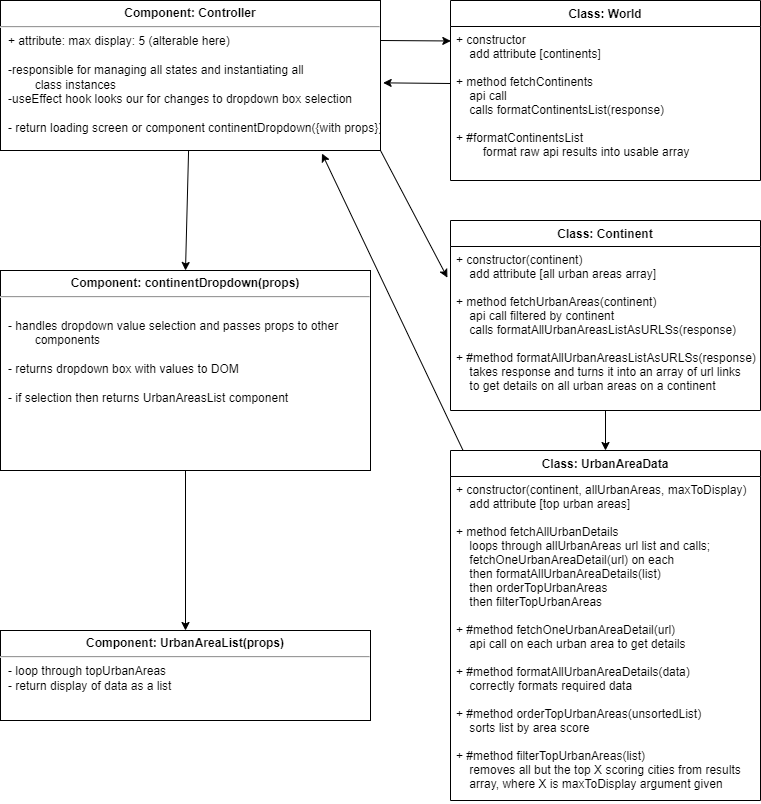
Before: AppDesign.drawio.png, a diagram exported from draw.io (robin277t/teleport-ranking). Source tidied: cells renumbered, new cells last; positions are measured from the earlier drawing's top-left corner, leaving out a move shared by most shapes. Its diagram source:
```xml
<mxGraphModel>
  <root>
    <mxCell id="0" />
    <mxCell id="1" parent="0" />
    <mxCell id="2" style="edgeStyle=none;html=1;entryX=0.5;entryY=0;entryDx=0;entryDy=0;" parent="1" edge="1" source="5" target="13">
      <mxGeometry relative="1" as="geometry" />
    </mxCell>
    <mxCell id="3" style="edgeStyle=none;html=1;entryX=0.001;entryY=0.094;entryDx=0;entryDy=0;entryPerimeter=0;" parent="1" edge="1" target="15">
      <mxGeometry relative="1" as="geometry">
        <mxPoint x="380" y="40" as="sourcePoint" />
      </mxGeometry>
    </mxCell>
    <mxCell id="4" style="edgeStyle=none;html=1;entryX=-0.01;entryY=0.19;entryDx=0;entryDy=0;entryPerimeter=0;exitX=1;exitY=1;exitDx=0;exitDy=0;" parent="1" edge="1" source="5" target="8">
      <mxGeometry relative="1" as="geometry" />
    </mxCell>
    <mxCell id="5" value="&lt;p style=&quot;margin:0px;margin-top:6px;text-align:center;&quot;&gt;&lt;b&gt;Component: Controller&lt;/b&gt;&lt;/p&gt;&lt;hr&gt;&lt;p style=&quot;margin:0px;margin-left:8px;&quot;&gt;+ attribute: max display: 5 (alterable here)&lt;/p&gt;&lt;p style=&quot;margin:0px;margin-left:8px;&quot;&gt;&lt;br&gt;&lt;/p&gt;&lt;p style=&quot;margin:0px;margin-left:8px;&quot;&gt;-responsible for managing all states and instantiating all&lt;/p&gt;&lt;p style=&quot;margin:0px;margin-left:8px;&quot;&gt;&lt;span style=&quot;white-space: pre;&quot;&gt;&#9;&lt;/span&gt;class instances&lt;br&gt;&lt;/p&gt;&lt;p style=&quot;margin:0px;margin-left:8px;&quot;&gt;-useEffect hook looks our for changes to dropdown box selection&lt;/p&gt;&lt;p style=&quot;margin:0px;margin-left:8px;&quot;&gt;&lt;br&gt;&lt;/p&gt;&lt;p style=&quot;margin:0px;margin-left:8px;&quot;&gt;&lt;span style=&quot;background-color: initial;&quot;&gt;- return loading screen or component continentDropdown(&lt;/span&gt;&lt;span style=&quot;background-color: initial;&quot;&gt;{with props})&amp;nbsp;&lt;/span&gt;&lt;/p&gt;" style="align=left;overflow=fill;html=1;" parent="1" vertex="1">
      <mxGeometry width="380" height="150" as="geometry" />
    </mxCell>
    <mxCell id="6" style="edgeStyle=none;html=1;" parent="1" edge="1" source="7" target="10">
      <mxGeometry relative="1" as="geometry" />
    </mxCell>
    <mxCell id="7" value="Class: Continent" style="swimlane;fontStyle=1;align=center;verticalAlign=top;horizontal=1;startSize=26;fillColor=#FFFFFF;" parent="1" vertex="1">
      <mxGeometry x="450" y="220" width="310" height="190" as="geometry" />
    </mxCell>
    <mxCell id="8" value="+ constructor(continent)&#10;    add attribute [all urban areas array]&#10;&#10;+ method fetchUrbanAreas(continent)&#10;    api call filtered by continent&#10;    calls formatAllUrbanAreasListAsURLSs(response)&#10;&#10;+ #method formatAllUrbanAreasListAsURLSs(response)&#10;    takes response and turns it into an array of url links&#10;    to get details on all urban areas on a continent&#10;" style="text;strokeColor=none;fillColor=none;align=left;verticalAlign=top;spacingLeft=4;spacingRight=4;overflow=hidden;points=[[0,0.5],[1,0.5]];portConstraint=eastwest;" parent="7" vertex="1">
      <mxGeometry y="26" width="310" height="164" as="geometry" />
    </mxCell>
    <mxCell id="9" style="edgeStyle=none;html=1;entryX=0.846;entryY=1.02;entryDx=0;entryDy=0;entryPerimeter=0;exitX=0.04;exitY=-0.001;exitDx=0;exitDy=0;exitPerimeter=0;" parent="1" edge="1" source="10" target="5">
      <mxGeometry relative="1" as="geometry" />
    </mxCell>
    <mxCell id="10" value="Class: UrbanAreaData" style="swimlane;fontStyle=1;align=center;verticalAlign=top;horizontal=1;startSize=26;fillColor=#FFFFFF;" parent="1" vertex="1">
      <mxGeometry x="450" y="450" width="310" height="350" as="geometry" />
    </mxCell>
    <mxCell id="11" value="+ constructor(continent, allUrbanAreas, maxToDisplay)&#10;    add attribute [top urban areas]&#10;&#10;+ method fetchAllUrbanDetails&#10;    loops through allUrbanAreas url list and calls; &#10;    fetchOneUrbanAreaDetail(url) on each&#10;    then formatAllUrbanAreaDetails(list)&#10;    then orderTopUrbanAreas&#10;    then filterTopUrbanAreas&#10;&#10;+ #method fetchOneUrbanAreaDetail(url)&#10;    api call on each urban area to get details&#10;&#10;+ #method formatAllUrbanAreaDetails(data)&#10;    correctly formats required data&#10;&#10;+ #method orderTopUrbanAreas(unsortedList)&#10;    sorts list by area score&#10;&#10;+ #method filterTopUrbanAreas(list)&#10;    removes all but the top X scoring cities from results&#10;    array, where X is maxToDisplay argument given" style="text;strokeColor=none;fillColor=none;align=left;verticalAlign=top;spacingLeft=4;spacingRight=4;overflow=hidden;points=[[0,0.5],[1,0.5]];portConstraint=eastwest;" parent="10" vertex="1">
      <mxGeometry y="26" width="310" height="324" as="geometry" />
    </mxCell>
    <mxCell id="12" style="edgeStyle=none;html=1;entryX=0.5;entryY=0;entryDx=0;entryDy=0;" parent="1" edge="1" source="13" target="17">
      <mxGeometry relative="1" as="geometry" />
    </mxCell>
    <mxCell id="13" value="&lt;p style=&quot;margin:0px;margin-top:6px;text-align:center;&quot;&gt;&lt;b&gt;Component: continentDropdown(props)&lt;/b&gt;&lt;/p&gt;&lt;hr&gt;&lt;p style=&quot;margin:0px;margin-left:8px;&quot;&gt;&lt;br&gt;&lt;/p&gt;&lt;p style=&quot;margin:0px;margin-left:8px;&quot;&gt;- handles dropdown value selection and passes props to other&lt;/p&gt;&lt;p style=&quot;margin:0px;margin-left:8px;&quot;&gt;&lt;span style=&quot;white-space: pre;&quot;&gt;&#9;&lt;/span&gt;components&lt;br&gt;&lt;/p&gt;&lt;p style=&quot;margin:0px;margin-left:8px;&quot;&gt;&lt;br&gt;&lt;/p&gt;&lt;p style=&quot;margin:0px;margin-left:8px;&quot;&gt;- returns dropdown box with values to DOM&lt;/p&gt;&lt;p style=&quot;margin:0px;margin-left:8px;&quot;&gt;&lt;br&gt;&lt;/p&gt;&lt;p style=&quot;margin:0px;margin-left:8px;&quot;&gt;- if selection then returns UrbanAreasList component&lt;/p&gt;" style="align=left;overflow=fill;html=1;" parent="1" vertex="1">
      <mxGeometry y="270" width="370" height="200" as="geometry" />
    </mxCell>
    <mxCell id="14" value="Class: World" style="swimlane;fontStyle=1;align=center;verticalAlign=top;horizontal=1;startSize=26;shadow=0;fillColor=#FFFFFF;" parent="1" vertex="1">
      <mxGeometry x="450" width="310" height="180" as="geometry" />
    </mxCell>
    <mxCell id="15" value="+ constructor &#10;    add attribute [continents]&#10;&#10;+ method fetchContinents&#10;    api call&#10;    calls formatContinentsList(response)&#10;&#10;+ #formatContinentsList&#10;        format raw api results into usable array&#10;" style="text;strokeColor=none;fillColor=none;align=left;verticalAlign=top;spacingLeft=4;spacingRight=4;overflow=hidden;points=[[0,0.5],[1,0.5]];portConstraint=eastwest;" parent="14" vertex="1">
      <mxGeometry y="26" width="310" height="154" as="geometry" />
    </mxCell>
    <mxCell id="16" style="edgeStyle=none;html=1;entryX=1.007;entryY=0.549;entryDx=0;entryDy=0;entryPerimeter=0;" parent="1" edge="1" target="5">
      <mxGeometry relative="1" as="geometry">
        <mxPoint x="450" y="83" as="sourcePoint" />
      </mxGeometry>
    </mxCell>
    <mxCell id="17" value="&lt;p style=&quot;margin:0px;margin-top:6px;text-align:center;&quot;&gt;&lt;b&gt;Component: UrbanAreaList(props)&lt;/b&gt;&lt;/p&gt;&lt;hr&gt;&lt;p style=&quot;margin:0px;margin-left:8px;&quot;&gt;- loop through topUrbanAreas&lt;/p&gt;&lt;p style=&quot;margin:0px;margin-left:8px;&quot;&gt;- return display of data as a list&lt;/p&gt;" style="align=left;overflow=fill;html=1;" parent="1" vertex="1">
      <mxGeometry y="630" width="370" height="90" as="geometry" />
    </mxCell>
  </root>
</mxGraphModel>
```
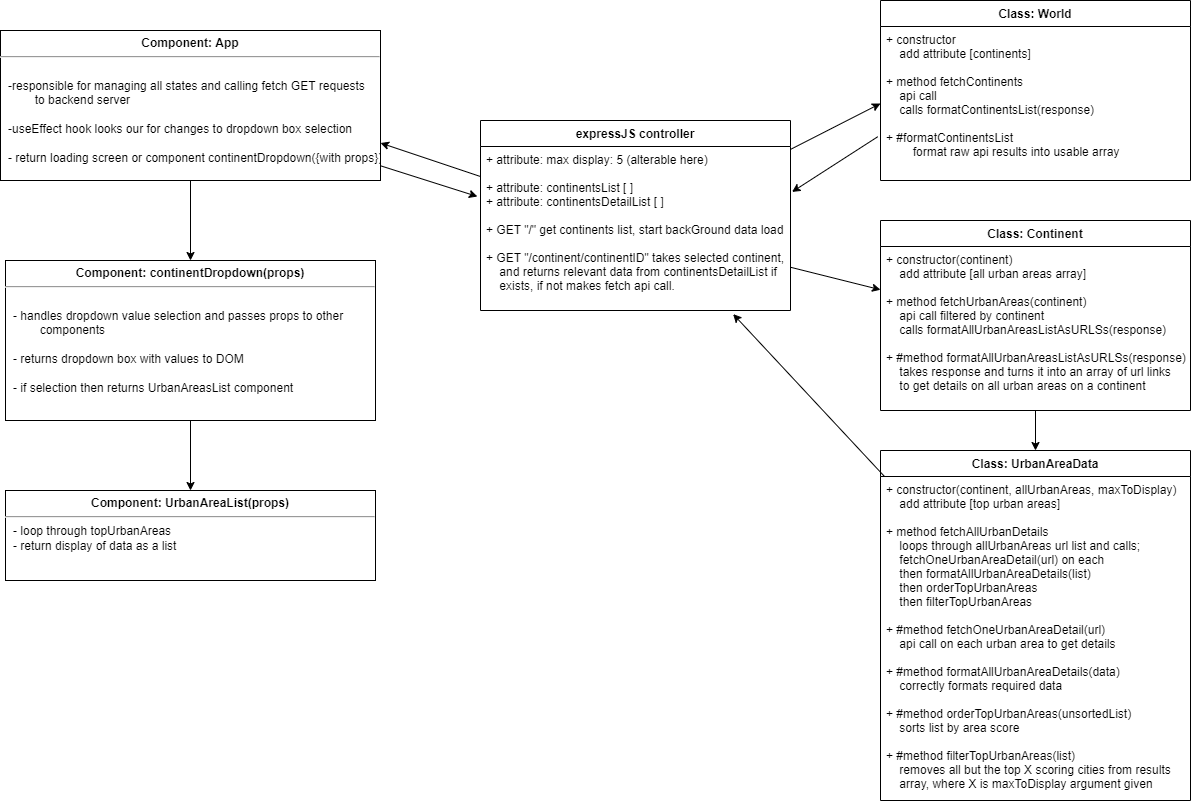
After the change.

Diff of the diagram source:
```diff
@@ -5,29 +5,18 @@
     <mxCell id="2" style="edgeStyle=none;html=1;entryX=0.5;entryY=0;entryDx=0;entryDy=0;" parent="1" edge="1" source="5" target="13">
       <mxGeometry relative="1" as="geometry" />
     </mxCell>
-    <mxCell id="3" style="edgeStyle=none;html=1;entryX=0.001;entryY=0.094;entryDx=0;entryDy=0;entryPerimeter=0;" parent="1" edge="1" target="15">
-      <mxGeometry relative="1" as="geometry">
-        <mxPoint x="380" y="40" as="sourcePoint" />
-      </mxGeometry>
-    </mxCell>
-    <mxCell id="4" style="edgeStyle=none;html=1;entryX=-0.01;entryY=0.19;entryDx=0;entryDy=0;entryPerimeter=0;exitX=1;exitY=1;exitDx=0;exitDy=0;" parent="1" edge="1" source="5" target="8">
-      <mxGeometry relative="1" as="geometry" />
-    </mxCell>
+    <mxCell id="18" style="edgeStyle=none;html=1;entryX=-0.01;entryY=0.305;entryDx=0;entryDy=0;entryPerimeter=0;" parent="1" edge="1" source="5" target="20">
+      <mxGeometry relative="1" as="geometry" />
+    </mxCell>
-    <mxCell id="5" value="&lt;p style=&quot;margin:0px;margin-top:6px;text-align:center;&quot;&gt;&lt;b&gt;Component: Controller&lt;/b&gt;&lt;/p&gt;&lt;hr&gt;&lt;p style=&quot;margin:0px;margin-left:8px;&quot;&gt;+ attribute: max display: 5 (alterable here)&lt;/p&gt;&lt;p style=&quot;margin:0px;margin-left:8px;&quot;&gt;&lt;br&gt;&lt;/p&gt;&lt;p style=&quot;margin:0px;margin-left:8px;&quot;&gt;-responsible for managing all states and instantiating all&lt;/p&gt;&lt;p style=&quot;margin:0px;margin-left:8px;&quot;&gt;&lt;span style=&quot;white-space: pre;&quot;&gt;&#9;&lt;/span&gt;class instances&lt;br&gt;&lt;/p&gt;&lt;p style=&quot;margin:0px;margin-left:8px;&quot;&gt;-useEffect hook looks our for changes to dropdown box selection&lt;/p&gt;&lt;p style=&quot;margin:0px;margin-left:8px;&quot;&gt;&lt;br&gt;&lt;/p&gt;&lt;p style=&quot;margin:0px;margin-left:8px;&quot;&gt;&lt;span style=&quot;background-color: initial;&quot;&gt;- return loading screen or component continentDropdown(&lt;/span&gt;&lt;span style=&quot;background-color: initial;&quot;&gt;{with props})&amp;nbsp;&lt;/span&gt;&lt;/p&gt;" style="align=left;overflow=fill;html=1;" parent="1" vertex="1">
-      <mxGeometry width="380" height="150" as="geometry" />
+    <mxCell id="5" value="&lt;p style=&quot;margin:0px;margin-top:6px;text-align:center;&quot;&gt;&lt;b&gt;Component: App&lt;/b&gt;&lt;/p&gt;&lt;hr&gt;&lt;p style=&quot;margin:0px;margin-left:8px;&quot;&gt;&lt;br&gt;&lt;/p&gt;&lt;p style=&quot;margin:0px;margin-left:8px;&quot;&gt;-responsible for managing all states and calling fetch GET requests&amp;nbsp;&lt;/p&gt;&lt;p style=&quot;margin:0px;margin-left:8px;&quot;&gt;&lt;span style=&quot;white-space: pre;&quot;&gt;&#9;&lt;/span&gt;to backend server&lt;br&gt;&lt;/p&gt;&lt;p style=&quot;margin:0px;margin-left:8px;&quot;&gt;&lt;span style=&quot;background-color: initial;&quot;&gt;&lt;br&gt;&lt;/span&gt;&lt;/p&gt;&lt;p style=&quot;margin:0px;margin-left:8px;&quot;&gt;&lt;span style=&quot;background-color: initial;&quot;&gt;-useEffect hook looks our for changes to dropdown box selection&lt;/span&gt;&lt;/p&gt;&lt;p style=&quot;margin:0px;margin-left:8px;&quot;&gt;&lt;br&gt;&lt;/p&gt;&lt;p style=&quot;margin:0px;margin-left:8px;&quot;&gt;&lt;span style=&quot;background-color: initial;&quot;&gt;- return loading screen or component continentDropdown(&lt;/span&gt;&lt;span style=&quot;background-color: initial;&quot;&gt;{with props})&amp;nbsp;&lt;/span&gt;&lt;/p&gt;" style="align=left;overflow=fill;html=1;" parent="1" vertex="1">
+      <mxGeometry x="-430" y="30" width="380" height="150" as="geometry" />
     </mxCell>
-    <mxCell id="6" style="edgeStyle=none;html=1;" parent="1" edge="1" source="7" target="10">
-      <mxGeometry relative="1" as="geometry" />
-    </mxCell>
     <mxCell id="7" value="Class: Continent" style="swimlane;fontStyle=1;align=center;verticalAlign=top;horizontal=1;startSize=26;fillColor=#FFFFFF;" parent="1" vertex="1">
       <mxGeometry x="450" y="220" width="310" height="190" as="geometry" />
     </mxCell>
     <mxCell id="8" value="+ constructor(continent)&#10;    add attribute [all urban areas array]&#10;&#10;+ method fetchUrbanAreas(continent)&#10;    api call filtered by continent&#10;    calls formatAllUrbanAreasListAsURLSs(response)&#10;&#10;+ #method formatAllUrbanAreasListAsURLSs(response)&#10;    takes response and turns it into an array of url links&#10;    to get details on all urban areas on a continent&#10;" style="text;strokeColor=none;fillColor=none;align=left;verticalAlign=top;spacingLeft=4;spacingRight=4;overflow=hidden;points=[[0,0.5],[1,0.5]];portConstraint=eastwest;" parent="7" vertex="1">
       <mxGeometry y="26" width="310" height="164" as="geometry" />
     </mxCell>
-    <mxCell id="9" style="edgeStyle=none;html=1;entryX=0.846;entryY=1.02;entryDx=0;entryDy=0;entryPerimeter=0;exitX=0.04;exitY=-0.001;exitDx=0;exitDy=0;exitPerimeter=0;" parent="1" edge="1" source="10" target="5">
-      <mxGeometry relative="1" as="geometry" />
-    </mxCell>
     <mxCell id="10" value="Class: UrbanAreaData" style="swimlane;fontStyle=1;align=center;verticalAlign=top;horizontal=1;startSize=26;fillColor=#FFFFFF;" parent="1" vertex="1">
       <mxGeometry x="450" y="450" width="310" height="350" as="geometry" />
     </mxCell>
@@ -38,7 +27,7 @@
       <mxGeometry relative="1" as="geometry" />
     </mxCell>
     <mxCell id="13" value="&lt;p style=&quot;margin:0px;margin-top:6px;text-align:center;&quot;&gt;&lt;b&gt;Component: continentDropdown(props)&lt;/b&gt;&lt;/p&gt;&lt;hr&gt;&lt;p style=&quot;margin:0px;margin-left:8px;&quot;&gt;&lt;br&gt;&lt;/p&gt;&lt;p style=&quot;margin:0px;margin-left:8px;&quot;&gt;- handles dropdown value selection and passes props to other&lt;/p&gt;&lt;p style=&quot;margin:0px;margin-left:8px;&quot;&gt;&lt;span style=&quot;white-space: pre;&quot;&gt;&#9;&lt;/span&gt;components&lt;br&gt;&lt;/p&gt;&lt;p style=&quot;margin:0px;margin-left:8px;&quot;&gt;&lt;br&gt;&lt;/p&gt;&lt;p style=&quot;margin:0px;margin-left:8px;&quot;&gt;- returns dropdown box with values to DOM&lt;/p&gt;&lt;p style=&quot;margin:0px;margin-left:8px;&quot;&gt;&lt;br&gt;&lt;/p&gt;&lt;p style=&quot;margin:0px;margin-left:8px;&quot;&gt;- if selection then returns UrbanAreasList component&lt;/p&gt;" style="align=left;overflow=fill;html=1;" parent="1" vertex="1">
-      <mxGeometry y="270" width="370" height="200" as="geometry" />
+      <mxGeometry x="-425" y="260" width="370" height="160" as="geometry" />
     </mxCell>
     <mxCell id="14" value="Class: World" style="swimlane;fontStyle=1;align=center;verticalAlign=top;horizontal=1;startSize=26;shadow=0;fillColor=#FFFFFF;" parent="1" vertex="1">
       <mxGeometry x="450" width="310" height="180" as="geometry" />
@@ -46,13 +35,32 @@
     <mxCell id="15" value="+ constructor &#10;    add attribute [continents]&#10;&#10;+ method fetchContinents&#10;    api call&#10;    calls formatContinentsList(response)&#10;&#10;+ #formatContinentsList&#10;        format raw api results into usable array&#10;" style="text;strokeColor=none;fillColor=none;align=left;verticalAlign=top;spacingLeft=4;spacingRight=4;overflow=hidden;points=[[0,0.5],[1,0.5]];portConstraint=eastwest;" parent="14" vertex="1">
       <mxGeometry y="26" width="310" height="154" as="geometry" />
     </mxCell>
-    <mxCell id="16" style="edgeStyle=none;html=1;entryX=1.007;entryY=0.549;entryDx=0;entryDy=0;entryPerimeter=0;" parent="1" edge="1" target="5">
-      <mxGeometry relative="1" as="geometry">
-        <mxPoint x="450" y="83" as="sourcePoint" />
-      </mxGeometry>
-    </mxCell>
     <mxCell id="17" value="&lt;p style=&quot;margin:0px;margin-top:6px;text-align:center;&quot;&gt;&lt;b&gt;Component: UrbanAreaList(props)&lt;/b&gt;&lt;/p&gt;&lt;hr&gt;&lt;p style=&quot;margin:0px;margin-left:8px;&quot;&gt;- loop through topUrbanAreas&lt;/p&gt;&lt;p style=&quot;margin:0px;margin-left:8px;&quot;&gt;- return display of data as a list&lt;/p&gt;" style="align=left;overflow=fill;html=1;" parent="1" vertex="1">
-      <mxGeometry y="630" width="370" height="90" as="geometry" />
+      <mxGeometry x="-425" y="490" width="370" height="90" as="geometry" />
     </mxCell>
+    <mxCell id="19" value="expressJS controller" style="swimlane;fontStyle=1;align=center;verticalAlign=top;horizontal=1;startSize=26;shadow=0;fillColor=#FFFFFF;" parent="1" vertex="1">
+      <mxGeometry x="50" y="120" width="310" height="190" as="geometry" />
+    </mxCell>
+    <mxCell id="20" value="+ attribute: max display: 5 (alterable here)&#10;&#10;+ attribute: continentsList [ ]&#10;+ attribute: continentsDetailList [ ]&#10;&#10;+ GET &quot;/&quot; get continents list, start backGround data load&#10;&#10;+ GET &quot;/continent/continentID&quot; takes selected continent,&#10;    and returns relevant data from continentsDetailList if&#10;    exists, if not makes fetch api call.&#10;" style="text;strokeColor=none;fillColor=none;align=left;verticalAlign=top;spacingLeft=4;spacingRight=4;overflow=hidden;points=[[0,0.5],[1,0.5]];portConstraint=eastwest;" parent="19" vertex="1">
+      <mxGeometry y="26" width="310" height="164" as="geometry" />
+    </mxCell>
+    <mxCell id="21" style="edgeStyle=none;html=1;entryX=0;entryY=0.5;entryDx=0;entryDy=0;" parent="1" edge="1" source="20" target="15">
+      <mxGeometry relative="1" as="geometry" />
+    </mxCell>
+    <mxCell id="22" style="edgeStyle=none;html=1;entryX=1.005;entryY=0.277;entryDx=0;entryDy=0;exitX=-0.009;exitY=0.716;exitDx=0;exitDy=0;exitPerimeter=0;entryPerimeter=0;" parent="1" edge="1" source="15" target="20">
+      <mxGeometry relative="1" as="geometry" />
+    </mxCell>
+    <mxCell id="23" style="edgeStyle=none;html=1;" parent="1" edge="1" source="20" target="8">
+      <mxGeometry relative="1" as="geometry" />
+    </mxCell>
+    <mxCell id="24" style="edgeStyle=none;html=1;" parent="1" edge="1" source="8" target="10">
+      <mxGeometry relative="1" as="geometry" />
+    </mxCell>
+    <mxCell id="25" style="edgeStyle=none;html=1;entryX=0.815;entryY=1.022;entryDx=0;entryDy=0;entryPerimeter=0;" parent="1" edge="1" source="11" target="20">
+      <mxGeometry relative="1" as="geometry" />
+    </mxCell>
+    <mxCell id="26" style="edgeStyle=none;html=1;entryX=1;entryY=0.75;entryDx=0;entryDy=0;" parent="1" edge="1" source="20" target="5">
+      <mxGeometry relative="1" as="geometry" />
+    </mxCell>
   </root>
 </mxGraphModel>
```
